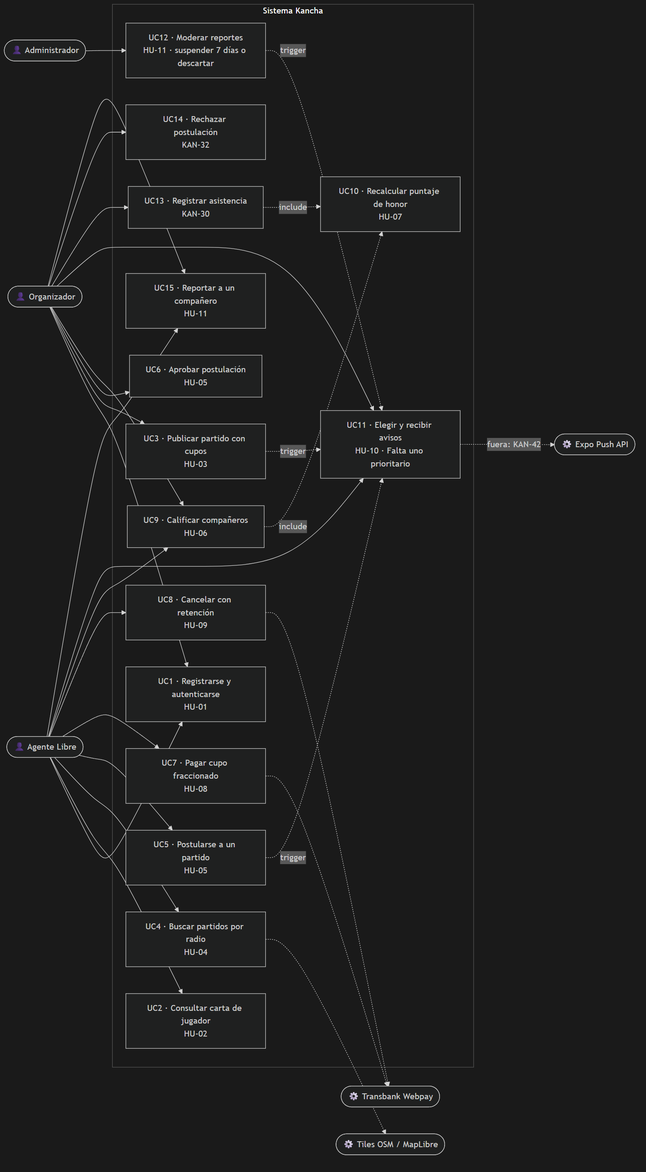
Above: fase-2-desarrollo/docs/diagramas/casos-de-uso.png in avenaaaa/KANCHA (Mermaid), before the change. Its source is kept beside it as fase-2-desarrollo/docs/diagramas/casos-de-uso.mmd.
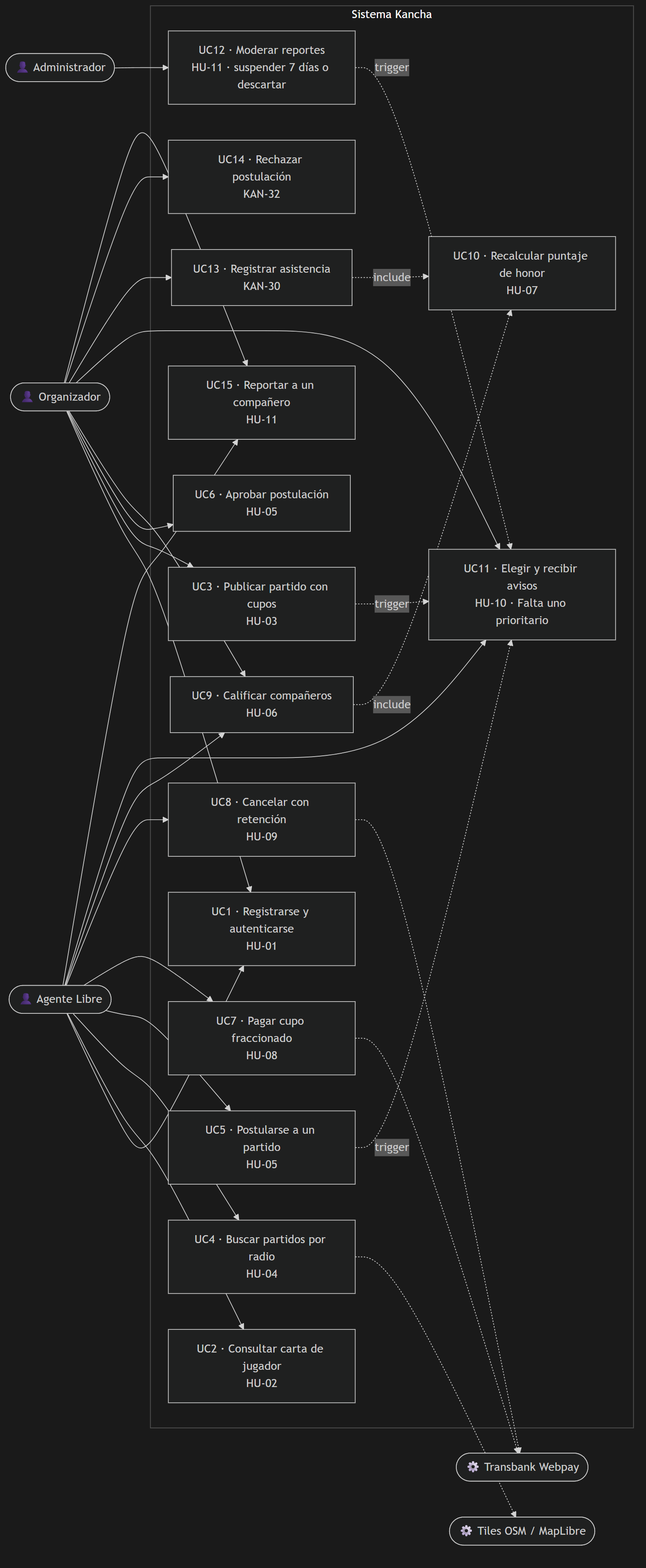
The same file after the commit.

The edit, as a diff of the source:
```diff
@@ -3,7 +3,6 @@
     OR(["👤 Organizador"])
     AD(["👤 Administrador"])
     TBK(["⚙️ Transbank Webpay"])
-    PUSH(["⚙️ Expo Push API"])
     MAP(["⚙️ Tiles OSM / MapLibre"])
 
     subgraph KANCHA["Sistema Kancha"]
@@ -32,7 +31,6 @@
     UC8 -.-> TBK
     UC9 -.->|"include"| UC10
     UC4 -.-> MAP
-    UC11 -.->|"fuera: KAN-42"| PUSH
     UC3 -.->|"trigger"| UC11
     UC5 -.->|"trigger"| UC11
     UC13 -.->|"include"| UC10
```
